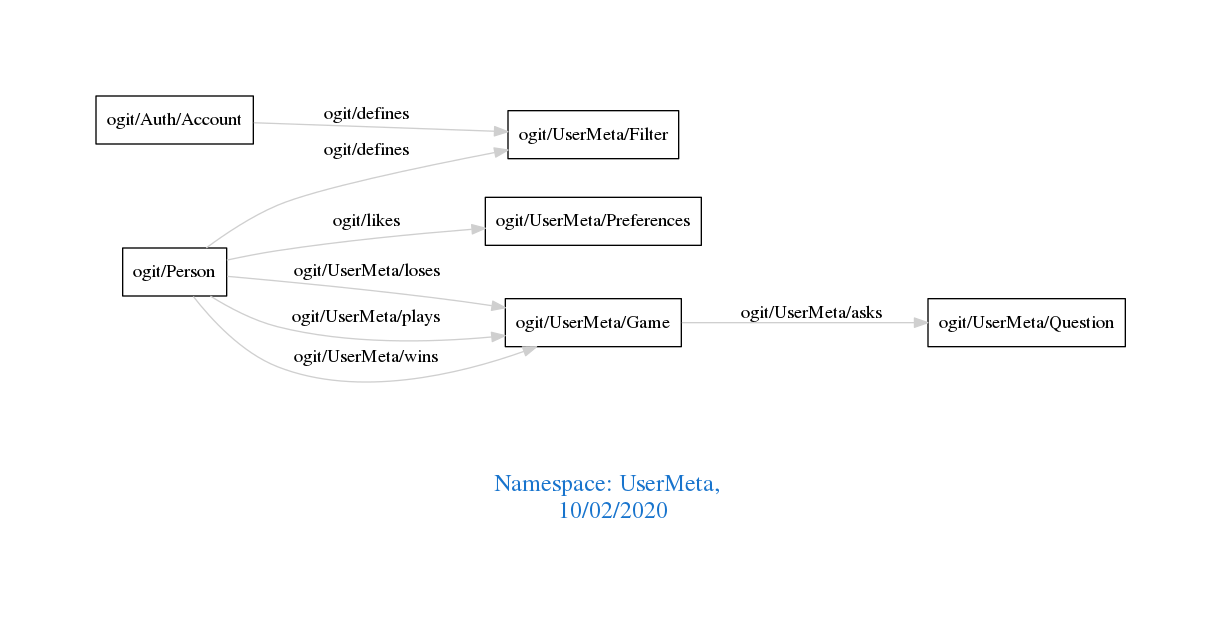
Earlier version of the Graphviz export downloads/UserMeta.png (arago/OGIT). Its source is kept beside it as downloads/UserMeta.dot.
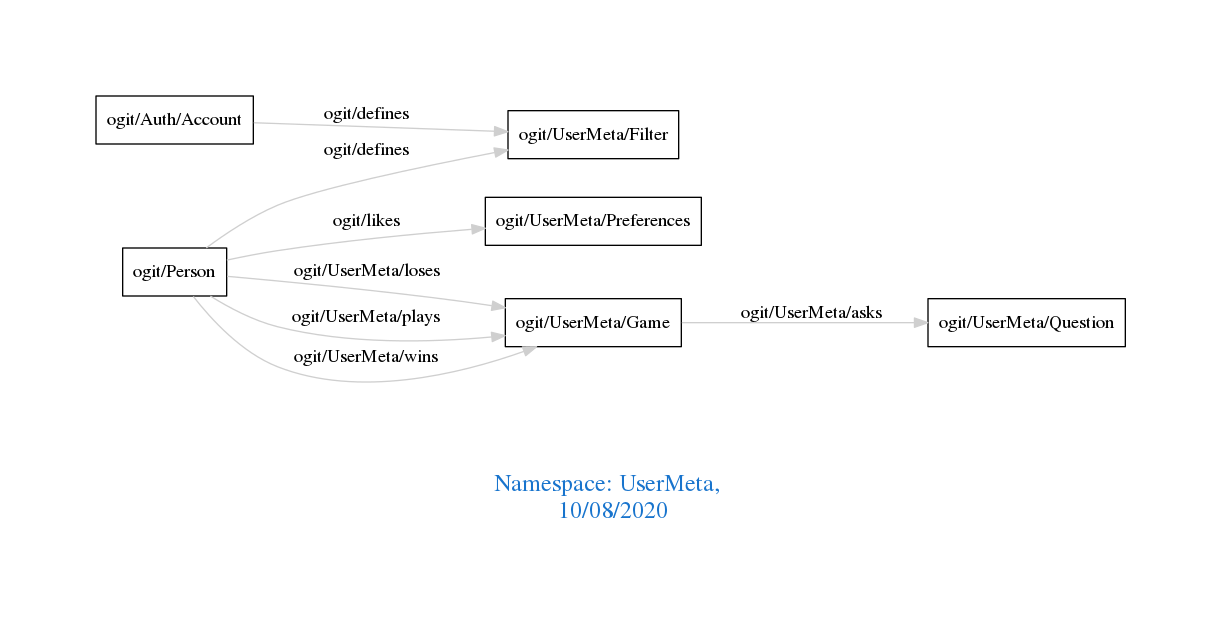
Above is the later version.

Change to the diagram source:
```diff
@@ -1,7 +1,7 @@
 digraph OGIT_ontology {
  graph [ rankdir= LR,pad=1
 fontsize = 18,
-fontcolor= dodgerblue3,label = "\n\n\nNamespace: UserMeta, \n 10/02/2020"];
+fontcolor= dodgerblue3,label = "\n\n\nNamespace: UserMeta, \n 10/08/2020"];
 node[shape=polygon];
 edge [  color="gray81"];
 
```
